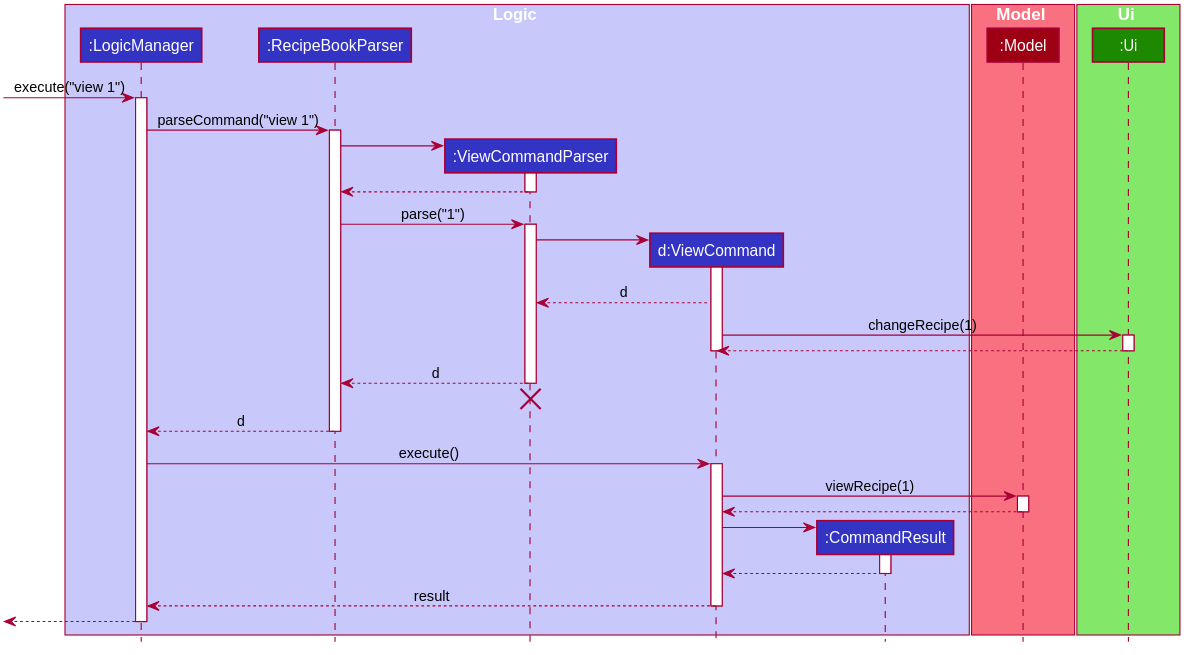
This is docs/images/ViewSequenceDiagram.svg from nus-cs2103-AY1920S2/addressbook-level3, a PlantUML export, as it was before one commit.
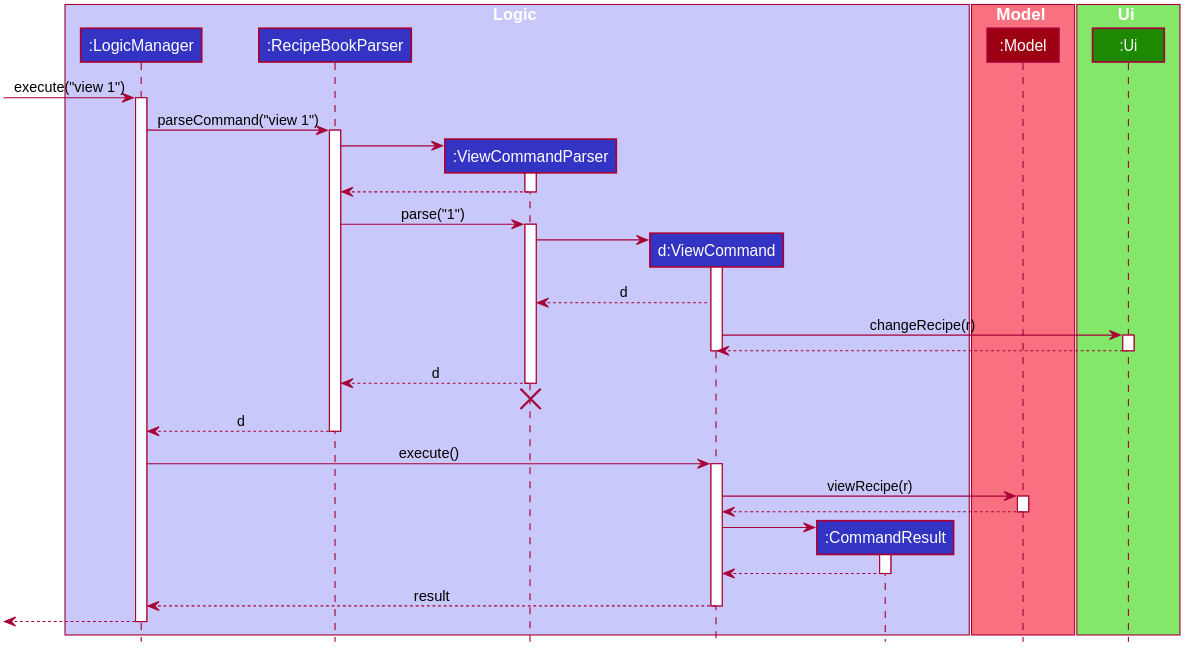
After the change.

What changed in the source:
```diff
@@ -86,7 +86,7 @@
 activate ViewCommand
 
 ViewCommand --> ViewCommandParser : d
-ViewCommand -> Ui: changeRecipe(1)
+ViewCommand -> Ui: changeRecipe(r)
 activate Ui
 
 
@@ -105,7 +105,7 @@
 LogicManager -> ViewCommand : execute()
 activate ViewCommand
 
-ViewCommand -> Model : viewRecipe(1)
+ViewCommand -> Model : viewRecipe(r)
 activate Model
 
 Model --> ViewCommand
```
